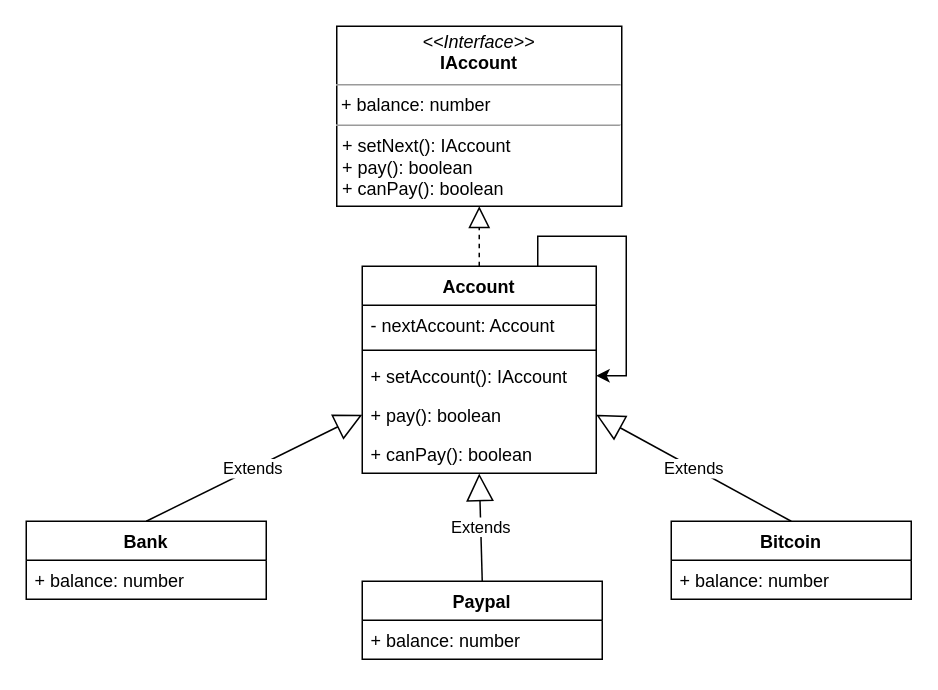
Above: Behavioral_patterns/Chain_of_responsibility/Chain_of_responsibility.drawio in Nik6996/test_pattern (draw.io), before the change. Source tidied: cells renumbered, new cells numbered last; positions are measured from the earlier drawing's top-left corner, leaving out a move shared by most shapes. Both pictures are drawn from the tidied source at 150%, with x=0, y=0 at pixel (26, 26).
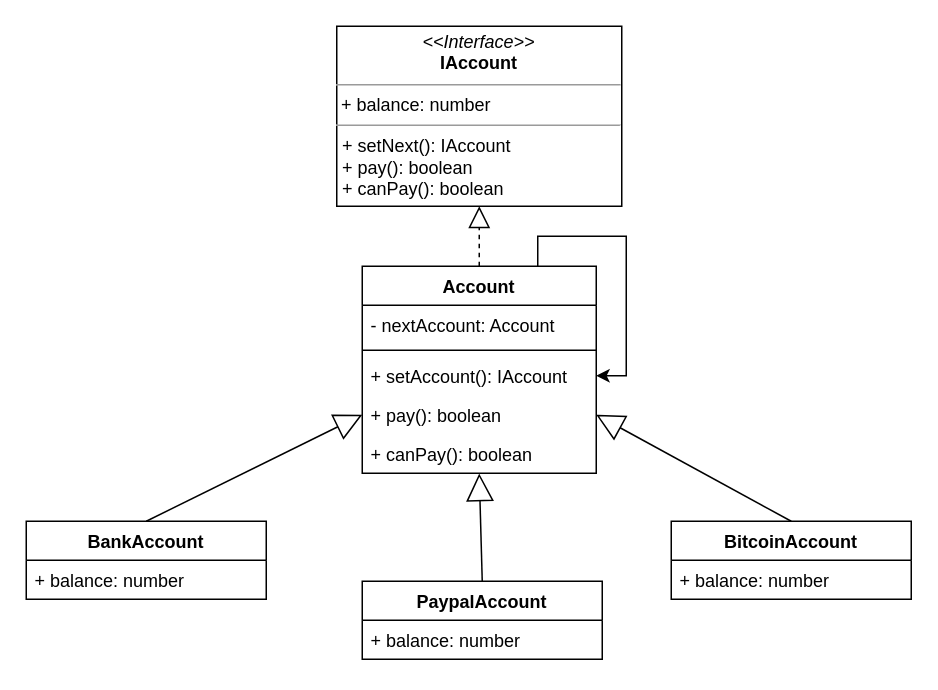
Above is the later version.

The change refers to these unchanged cells:
```xml
<mxCell id="8" value="+ pay(): boolean" style="text;strokeColor=none;fillColor=none;align=left;verticalAlign=top;spacingLeft=4;spacingRight=4;overflow=hidden;points=[[0,0.5],[1,0.5]];portConstraint=eastwest;" parent="4" vertex="1">
  <mxGeometry y="86" width="156" height="26" as="geometry" />
</mxCell>
<mxCell id="9" value="+ canPay(): boolean" style="text;strokeColor=none;fillColor=none;align=left;verticalAlign=top;spacingLeft=4;spacingRight=4;overflow=hidden;points=[[0,0.5],[1,0.5]];portConstraint=eastwest;" parent="4" vertex="1">
  <mxGeometry y="112" width="156" height="26" as="geometry" />
</mxCell>
```

Diff of the diagram source:
```diff
@@
-    <mxCell id="11" value="Bank" style="swimlane;fontStyle=1;align=center;verticalAlign=top;horizontal=1;startSize=26;" parent="1" vertex="1">
+    <mxCell id="11" value="BankAccount" style="swimlane;fontStyle=1;align=center;verticalAlign=top;horizontal=1;startSize=26;" parent="1" vertex="1">
       <mxGeometry y="330" width="160" height="52" as="geometry" />
     </mxCell>
@@
-    <mxCell id="13" value="Paypal" style="swimlane;fontStyle=1;align=center;verticalAlign=top;horizontal=1;startSize=26;" parent="1" vertex="1">
+    <mxCell id="13" value="PaypalAccount" style="swimlane;fontStyle=1;align=center;verticalAlign=top;horizontal=1;startSize=26;" parent="1" vertex="1">
       <mxGeometry x="224" y="370" width="160" height="52" as="geometry" />
     </mxCell>
@@
-    <mxCell id="15" value="Bitcoin" style="swimlane;fontStyle=1;align=center;verticalAlign=top;horizontal=1;startSize=26;" parent="1" vertex="1">
+    <mxCell id="15" value="BitcoinAccount" style="swimlane;fontStyle=1;align=center;verticalAlign=top;horizontal=1;startSize=26;" parent="1" vertex="1">
       <mxGeometry x="430" y="330" width="160" height="52" as="geometry" />
     </mxCell>
@@
-    <mxCell id="17" value="Extends" style="endArrow=block;endSize=16;endFill=0;html=1;exitX=0.5;exitY=0;exitDx=0;exitDy=0;entryX=0.5;entryY=1.008;entryDx=0;entryDy=0;entryPerimeter=0;" parent="1" edge="1" source="13" target="9">
+    <mxCell id="17" style="endArrow=block;endSize=16;endFill=0;html=1;exitX=0.5;exitY=0;exitDx=0;exitDy=0;entryX=0.5;entryY=1.008;entryDx=0;entryDy=0;entryPerimeter=0;" parent="1" edge="1" source="13" target="9">
       <mxGeometry relative="1" as="geometry" />
     </mxCell>
-    <mxCell id="18" value="Extends" style="endArrow=block;endSize=16;endFill=0;html=1;exitX=0.5;exitY=0;exitDx=0;exitDy=0;entryX=1;entryY=0.5;entryDx=0;entryDy=0;" parent="1" edge="1" source="15" target="8">
+    <mxCell id="18" style="endArrow=block;endSize=16;endFill=0;html=1;exitX=0.5;exitY=0;exitDx=0;exitDy=0;entryX=1;entryY=0.5;entryDx=0;entryDy=0;" parent="1" edge="1" source="15" target="8">
       <mxGeometry relative="1" as="geometry" />
     </mxCell>
-    <mxCell id="19" value="Extends" style="endArrow=block;endSize=16;endFill=0;html=1;entryX=0;entryY=0.5;entryDx=0;entryDy=0;exitX=0.5;exitY=0;exitDx=0;exitDy=0;" parent="1" edge="1" source="11" target="8">
+    <mxCell id="19" style="endArrow=block;endSize=16;endFill=0;html=1;entryX=0;entryY=0.5;entryDx=0;entryDy=0;exitX=0.5;exitY=0;exitDx=0;exitDy=0;" parent="1" edge="1" source="11" target="8">
       <mxGeometry x="-0.02" relative="1" as="geometry" />
     </mxCell>
```
